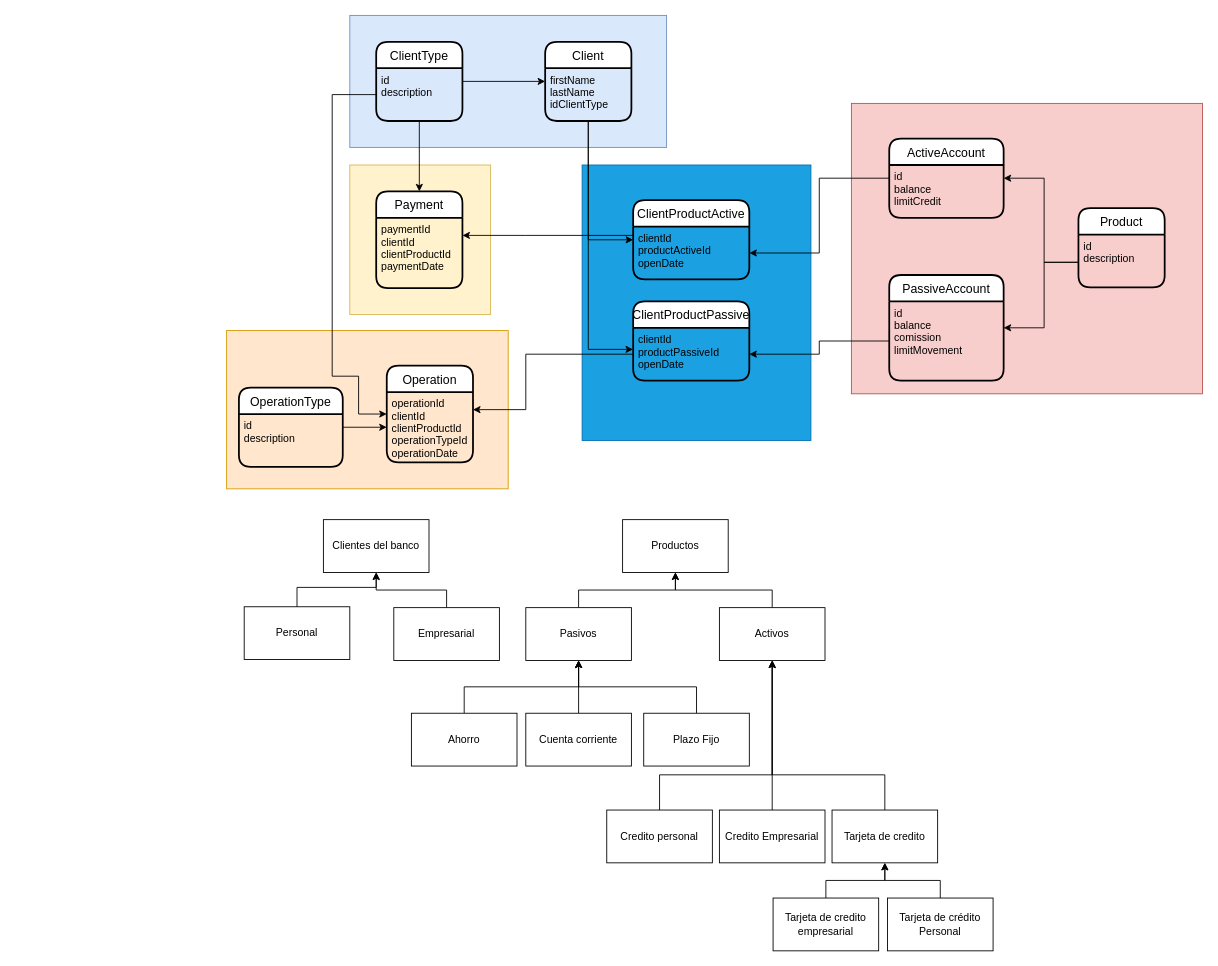
SpDkMn01/bootcamp_documentation keeps this draw.io diagram as page "BD" (2 of 2) of Diagrama-solucon.drawio. Above is the earlier version. Source tidied: cells renumbered, new cells numbered last; positions are measured from the earlier drawing's top-left corner, leaving out a move shared by most shapes. Both pictures are drawn from the tidied source at 88%, with x=0, y=0 at pixel (226, 15).
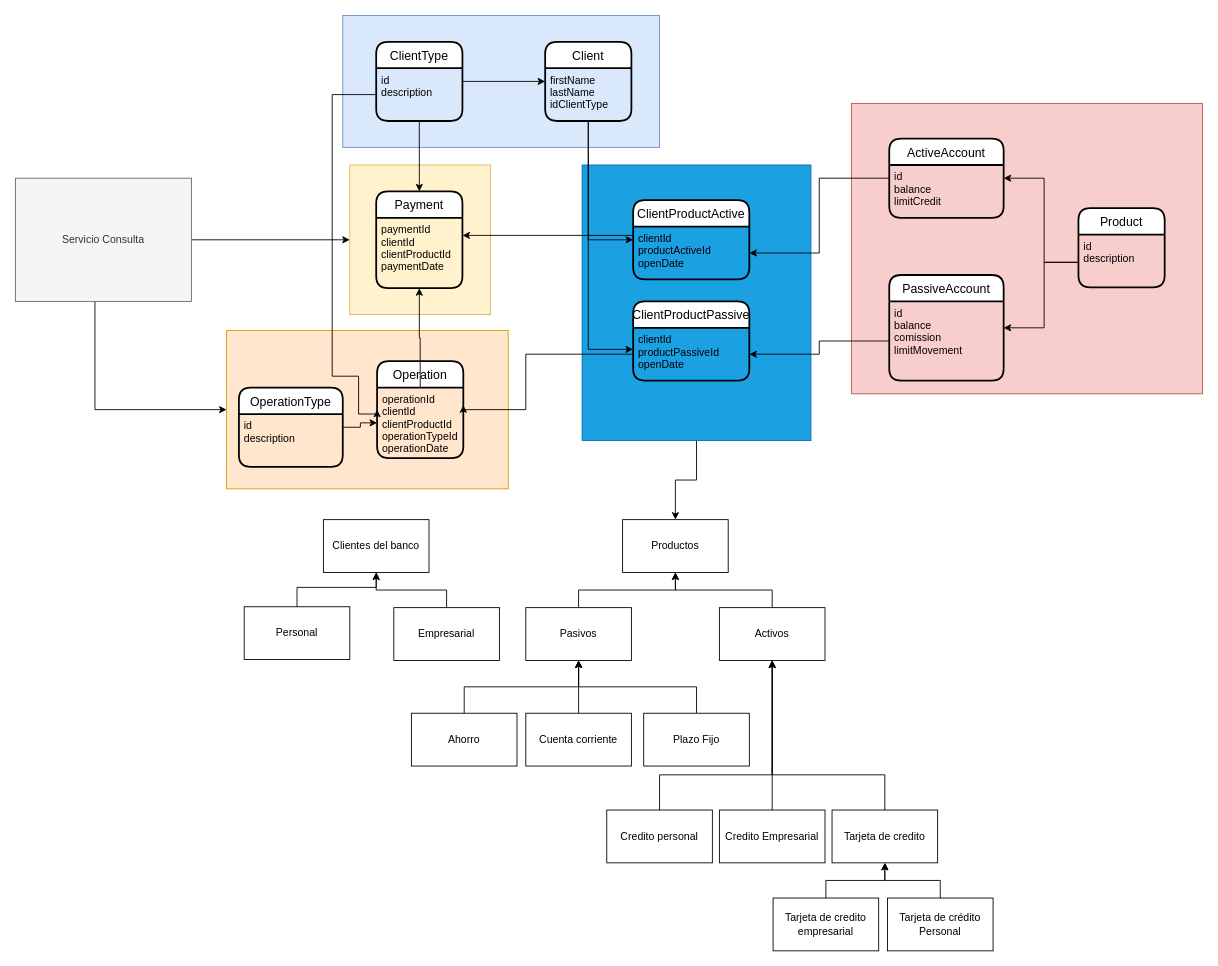
The same page after the edit.

Unchanged cells that the change refers to:
```xml
<mxCell id="2" style="rounded=0;whiteSpace=wrap;html=1;fillColor=#1ba1e2;fontColor=#ffffff;strokeColor=#006EAF;" parent="1" vertex="1">
  <mxGeometry x="404" y="170" width="260" height="313" as="geometry" />
</mxCell>
<mxCell id="4" style="rounded=0;whiteSpace=wrap;html=1;fillColor=#ffe6cc;strokeColor=#d79b00;" parent="1" vertex="1">
  <mxGeometry y="358" width="320" height="180" as="geometry" />
</mxCell>
<mxCell id="5" style="rounded=0;whiteSpace=wrap;html=1;fillColor=#fff2cc;strokeColor=#d6b656;" parent="1" vertex="1">
  <mxGeometry x="140" y="170" width="160" height="170" as="geometry" />
</mxCell>
<mxCell id="12" value="Productos" style="rounded=0;whiteSpace=wrap;html=1;" parent="1" vertex="1">
  <mxGeometry x="450" y="573" width="120" height="60" as="geometry" />
</mxCell>
<mxCell id="53" value="paymentId&#10;clientId&#10;clientProductId&#10;paymentDate&#10;" style="align=left;strokeColor=none;fillColor=none;spacingLeft=4;fontSize=12;verticalAlign=top;dashed=1;" parent="52" vertex="1">
  <mxGeometry y="30" width="98" height="80" as="geometry" />
</mxCell>
<mxCell id="55" value="operationId&#10;clientId&#10;clientProductId&#10;operationTypeId&#10;operationDate&#10;" style="align=left;strokeColor=none;fillColor=none;spacingLeft=4;fontSize=12;verticalAlign=top;dashed=1;" parent="54" vertex="1">
  <mxGeometry y="30" width="98" height="80" as="geometry" />
</mxCell>
```

Change to the diagram source:
```diff
@@
+    <mxCell id="65" style="edgeStyle=orthogonalEdgeStyle;rounded=0;jettySize=auto;html=1;" parent="1" edge="1" source="2" target="12">
+      <mxGeometry relative="1" as="geometry" />
+    </mxCell>
@@
     <mxCell id="6" style="rounded=0;whiteSpace=wrap;html=1;fillColor=#dae8fc;strokeColor=#6c8ebf;" parent="1" vertex="1">
-      <mxGeometry x="140" width="360" height="150" as="geometry" />
+      <mxGeometry x="132" width="360" height="150" as="geometry" />
     </mxCell>
@@
     <mxCell id="54" value="Operation" style="swimlane;horizontal=1;startSize=30;rounded=1;fontSize=14;fontStyle=0;strokeWidth=2;shadow=0;dashed=0;align=center;" parent="1" vertex="1">
-      <mxGeometry x="182" y="398" width="98" height="110" as="geometry" />
+      <mxGeometry x="171" y="393" width="98" height="110" as="geometry" />
     </mxCell>
@@
+    <mxCell id="66" style="edgeStyle=orthogonalEdgeStyle;rounded=0;jettySize=auto;html=1;" parent="1" edge="1" source="55" target="53">
+      <mxGeometry relative="1" as="geometry" />
+    </mxCell>
+    <mxCell id="67" style="edgeStyle=orthogonalEdgeStyle;rounded=0;jettySize=auto;html=1;entryX=0;entryY=0.5;entryDx=0;entryDy=0;fontSize=10;" parent="1" edge="1" source="69" target="5">
+      <mxGeometry relative="1" as="geometry" />
+    </mxCell>
+    <mxCell id="68" style="edgeStyle=orthogonalEdgeStyle;rounded=0;jettySize=auto;html=1;entryX=0;entryY=0.5;entryDx=0;entryDy=0;fontSize=10;exitX=0.452;exitY=1;exitDx=0;exitDy=0;exitPerimeter=0;" parent="1" edge="1" source="69" target="4">
+      <mxGeometry relative="1" as="geometry" />
+    </mxCell>
+    <mxCell id="69" value="Servicio Consulta" style="rounded=0;whiteSpace=wrap;html=1;fillColor=#f5f5f5;strokeColor=#666666;fontColor=#333333;" parent="1" vertex="1">
+      <mxGeometry x="-240" y="185" width="200" height="140" as="geometry" />
+    </mxCell>
```
